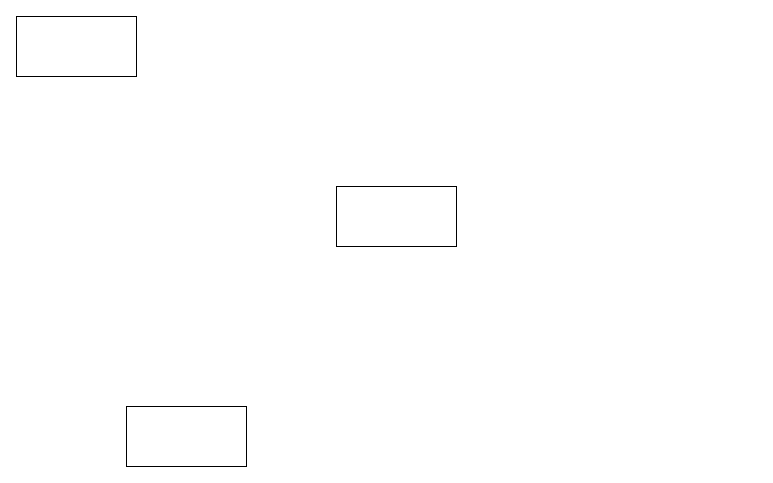
Above: Untitled Diagram.drawio in BlackKing-Dio/doc (draw.io), before the change. Source tidied: cells renumbered, new cells numbered last; positions are measured from the earlier drawing's top-left corner, leaving out a move shared by most shapes. Both pictures are drawn from the tidied source at 100%, with x=0, y=0 at pixel (16, 16).
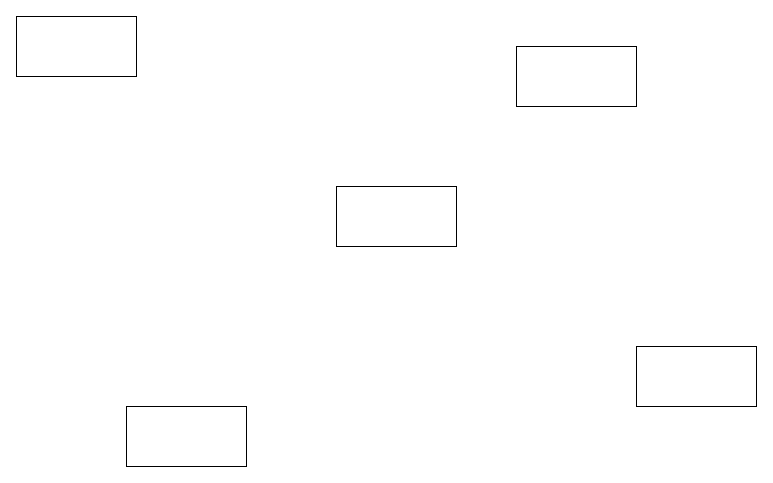
After the change.

The edit, as a diff of the source:
```diff
@@
 <mxGraphModel>
   <root>
     <mxCell id="0" />
     <mxCell id="1" parent="0" />
     <mxCell id="2" style="rounded=0;whiteSpace=wrap;html=1;" parent="1" vertex="1">
       <mxGeometry width="120" height="60" as="geometry" />
     </mxCell>
     <mxCell id="3" style="rounded=0;whiteSpace=wrap;html=1;" parent="1" vertex="1">
       <mxGeometry x="320" y="170" width="120" height="60" as="geometry" />
     </mxCell>
     <mxCell id="4" style="rounded=0;whiteSpace=wrap;html=1;" parent="1" vertex="1">
       <mxGeometry x="110" y="390" width="120" height="60" as="geometry" />
     </mxCell>
+    <mxCell id="5" style="rounded=0;whiteSpace=wrap;html=1;" parent="1" vertex="1">
+      <mxGeometry x="500" y="30" width="120" height="60" as="geometry" />
+    </mxCell>
+    <mxCell id="6" style="rounded=0;whiteSpace=wrap;html=1;" parent="1" vertex="1">
+      <mxGeometry x="620" y="330" width="120" height="60" as="geometry" />
+    </mxCell>
   </root>
 </mxGraphModel>
```
